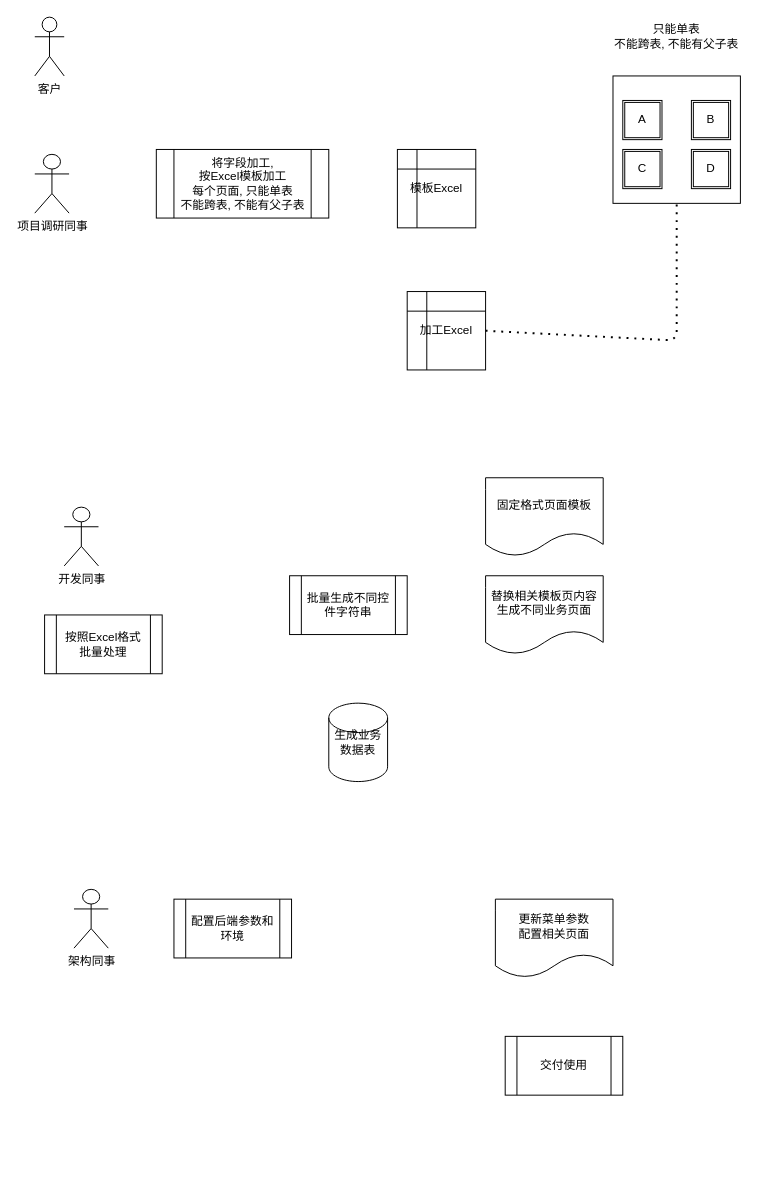
This is respo/未命名绘图.drawio from caibijia2006/SpringcloudConfig, a draw.io file, before an edit. Source tidied: cells renumbered, new cells numbered last; positions are measured from the earlier drawing's top-left corner, leaving out a move shared by most shapes. Both pictures are drawn from the tidied source at 98%, with x=0, y=0 at pixel (34, 17).
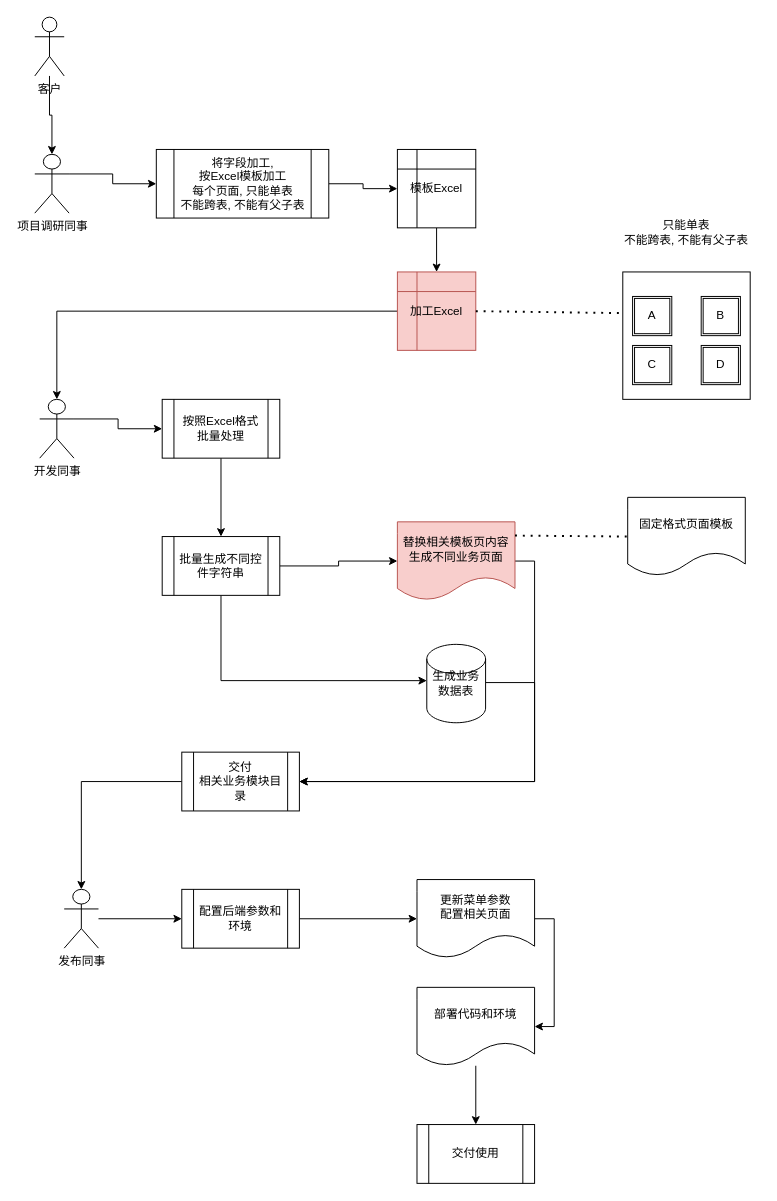
The same page after the edit.

Commit message (it also covers changes not shown here):
更新未命名绘图.drawio

The change refers to these unchanged cells:
```xml
<mxCell id="2" value="客户" style="shape=umlActor;verticalLabelPosition=bottom;verticalAlign=top;html=1;outlineConnect=0;" parent="1" vertex="1">
  <mxGeometry width="30" height="60" as="geometry" />
</mxCell>
<mxCell id="3" value="项目调研同事" style="shape=umlActor;verticalLabelPosition=bottom;verticalAlign=top;html=1;outlineConnect=0;" parent="1" vertex="1">
  <mxGeometry y="140" width="35" height="60" as="geometry" />
</mxCell>
<mxCell id="4" value="模板Excel" style="shape=internalStorage;whiteSpace=wrap;html=1;backgroundOutline=1;" parent="1" vertex="1">
  <mxGeometry x="370" y="135" width="80" height="80" as="geometry" />
</mxCell>
<mxCell id="8" value="&lt;span&gt;将字段加工,&lt;/span&gt;&lt;br&gt;&lt;span&gt;按Excel模板加工&lt;/span&gt;&lt;br&gt;&lt;span&gt;每个页面, 只能单表&lt;/span&gt;&lt;br&gt;&lt;span&gt;不能跨表, 不能有父子表&lt;/span&gt;" style="shape=process;whiteSpace=wrap;html=1;backgroundOutline=1;" parent="1" vertex="1">
  <mxGeometry x="124" y="135" width="176" height="70" as="geometry" />
</mxCell>
<mxCell id="12" style="whiteSpace=wrap;html=1;" parent="11" vertex="1">
  <mxGeometry width="130" height="130" as="geometry" />
</mxCell>
```

What changed in the source:
```diff
@@
+    <mxCell id="26" style="edgeStyle=orthogonalEdgeStyle;rounded=0;jettySize=auto;html=1;entryX=0.5;entryY=0;entryDx=0;entryDy=0;entryPerimeter=0;fontColor=#F19C99;" parent="1" edge="1" source="2" target="3">
+      <mxGeometry relative="1" as="geometry" />
+    </mxCell>
@@
+    <mxCell id="27" style="edgeStyle=orthogonalEdgeStyle;rounded=0;jettySize=auto;html=1;exitX=1;exitY=0.3333333333333333;exitDx=0;exitDy=0;exitPerimeter=0;entryX=0;entryY=0.5;entryDx=0;entryDy=0;" parent="1" edge="1" source="3" target="8">
+      <mxGeometry relative="1" as="geometry" />
+    </mxCell>
@@
+    <mxCell id="28" style="edgeStyle=orthogonalEdgeStyle;rounded=0;jettySize=auto;html=1;exitX=0.5;exitY=1;exitDx=0;exitDy=0;entryX=0.5;entryY=0;entryDx=0;entryDy=0;" parent="1" edge="1" source="4" target="5">
+      <mxGeometry relative="1" as="geometry" />
+    </mxCell>
@@
+    <mxCell id="29" style="edgeStyle=orthogonalEdgeStyle;rounded=0;jettySize=auto;html=1;exitX=0;exitY=0.5;exitDx=0;exitDy=0;entryX=0.5;entryY=0;entryDx=0;entryDy=0;entryPerimeter=0;" parent="1" edge="1" source="5" target="6">
+      <mxGeometry relative="1" as="geometry" />
+    </mxCell>
-    <mxCell id="5" value="加工Excel" style="shape=internalStorage;whiteSpace=wrap;html=1;backgroundOutline=1;" parent="1" vertex="1">
-      <mxGeometry x="380" y="280" width="80" height="80" as="geometry" />
+    <mxCell id="5" value="加工Excel" style="shape=internalStorage;whiteSpace=wrap;html=1;backgroundOutline=1;fillColor=#f8cecc;strokeColor=#b85450;" parent="1" vertex="1">
+      <mxGeometry x="370" y="260" width="80" height="80" as="geometry" />
     </mxCell>
+    <mxCell id="30" style="edgeStyle=orthogonalEdgeStyle;rounded=0;jettySize=auto;html=1;exitX=1;exitY=0.3333333333333333;exitDx=0;exitDy=0;exitPerimeter=0;entryX=0;entryY=0.5;entryDx=0;entryDy=0;" parent="1" edge="1" source="6" target="7">
+      <mxGeometry relative="1" as="geometry" />
+    </mxCell>
     <mxCell id="6" value="开发同事" style="shape=umlActor;verticalLabelPosition=bottom;verticalAlign=top;html=1;outlineConnect=0;" parent="1" vertex="1">
-      <mxGeometry x="30" y="500" width="35" height="60" as="geometry" />
+      <mxGeometry x="5" y="390" width="35" height="60" as="geometry" />
     </mxCell>
+    <mxCell id="31" style="edgeStyle=orthogonalEdgeStyle;rounded=0;jettySize=auto;html=1;exitX=0.5;exitY=1;exitDx=0;exitDy=0;entryX=0.5;entryY=0;entryDx=0;entryDy=0;" parent="1" edge="1" source="7" target="19">
+      <mxGeometry relative="1" as="geometry" />
+    </mxCell>
     <mxCell id="7" value="按照Excel格式&lt;br&gt;批量处理" style="shape=process;whiteSpace=wrap;html=1;backgroundOutline=1;" parent="1" vertex="1">
-      <mxGeometry x="10" y="610" width="120" height="60" as="geometry" />
+      <mxGeometry x="130" y="390" width="120" height="60" as="geometry" />
     </mxCell>
+    <mxCell id="32" style="edgeStyle=orthogonalEdgeStyle;rounded=0;jettySize=auto;html=1;exitX=1;exitY=0.5;exitDx=0;exitDy=0;entryX=0;entryY=0.5;entryDx=0;entryDy=0;" parent="1" edge="1" source="8" target="4">
+      <mxGeometry relative="1" as="geometry" />
+    </mxCell>
@@
+    <mxCell id="33" style="edgeStyle=orthogonalEdgeStyle;rounded=0;jettySize=auto;html=1;entryX=1;entryY=0.5;entryDx=0;entryDy=0;" parent="1" edge="1" source="9" target="43">
+      <mxGeometry relative="1" as="geometry">
+        <Array as="points">
+          <mxPoint x="510" y="679" />
+          <mxPoint x="510" y="780" />
+        </Array>
+      </mxGeometry>
+    </mxCell>
     <mxCell id="9" value="生成业务数据表" style="shape=cylinder2;whiteSpace=wrap;html=1;boundedLbl=1;backgroundOutline=1;size=15;" parent="1" vertex="1">
-      <mxGeometry x="300" y="700" width="60" height="80" as="geometry" />
+      <mxGeometry x="400" y="640" width="60" height="80" as="geometry" />
     </mxCell>
     <mxCell id="10" style="group;" parent="1" vertex="1">
-      <mxGeometry x="580" y="10" width="150" height="180" as="geometry" />
+      <mxGeometry x="590" y="210" width="150" height="180" as="geometry" />
     </mxCell>
@@
-    <mxCell id="18" style="endArrow=none;dashed=1;html=1;dashPattern=1 3;strokeWidth=2;entryX=0.5;entryY=1;entryDx=0;entryDy=0;exitX=1;exitY=0.5;exitDx=0;exitDy=0;" parent="1" edge="1" source="5" target="12">
-      <mxGeometry relative="1" as="geometry">
-        <Array as="points">
-          <mxPoint x="655" y="330" />
-        </Array>
-      </mxGeometry>
-    </mxCell>
+    <mxCell id="34" style="edgeStyle=orthogonalEdgeStyle;rounded=0;jettySize=auto;html=1;exitX=1;exitY=0.5;exitDx=0;exitDy=0;entryX=0;entryY=0.5;entryDx=0;entryDy=0;" parent="1" edge="1" source="19" target="21">
+      <mxGeometry relative="1" as="geometry" />
+    </mxCell>
+    <mxCell id="35" style="edgeStyle=orthogonalEdgeStyle;rounded=0;jettySize=auto;html=1;exitX=0.5;exitY=1;exitDx=0;exitDy=0;entryX=0;entryY=0.463;entryDx=0;entryDy=0;entryPerimeter=0;" parent="1" edge="1" source="19" target="9">
+      <mxGeometry relative="1" as="geometry" />
+    </mxCell>
     <mxCell id="19" value="批量生成不同控件字符串" style="shape=process;whiteSpace=wrap;html=1;backgroundOutline=1;" parent="1" vertex="1">
-      <mxGeometry x="260" y="570" width="120" height="60" as="geometry" />
+      <mxGeometry x="130" y="530" width="120" height="60" as="geometry" />
     </mxCell>
     <mxCell id="20" value="固定格式页面模板" style="shape=document;whiteSpace=wrap;html=1;boundedLbl=1;" parent="1" vertex="1">
-      <mxGeometry x="460" y="470" width="120" height="80" as="geometry" />
+      <mxGeometry x="605" y="490" width="120" height="80" as="geometry" />
     </mxCell>
+    <mxCell id="36" style="edgeStyle=orthogonalEdgeStyle;rounded=0;jettySize=auto;html=1;exitX=1;exitY=0.5;exitDx=0;exitDy=0;entryX=1;entryY=0.5;entryDx=0;entryDy=0;" parent="1" edge="1" source="21" target="43">
+      <mxGeometry relative="1" as="geometry" />
+    </mxCell>
-    <mxCell id="21" value="替换相关模板页内容&lt;br&gt;生成不同业务页面" style="shape=document;whiteSpace=wrap;html=1;boundedLbl=1;" parent="1" vertex="1">
-      <mxGeometry x="460" y="570" width="120" height="80" as="geometry" />
+    <mxCell id="21" value="替换相关模板页内容&lt;br&gt;生成不同业务页面" style="shape=document;whiteSpace=wrap;html=1;boundedLbl=1;fillColor=#f8cecc;strokeColor=#b85450;" parent="1" vertex="1">
+      <mxGeometry x="370" y="515" width="120" height="80" as="geometry" />
     </mxCell>
+    <mxCell id="37" style="edgeStyle=orthogonalEdgeStyle;rounded=0;jettySize=auto;html=1;exitX=1;exitY=0.5;exitDx=0;exitDy=0;entryX=1;entryY=0.5;entryDx=0;entryDy=0;" parent="1" edge="1" source="22" target="41">
+      <mxGeometry relative="1" as="geometry" />
+    </mxCell>
     <mxCell id="22" value="更新菜单参数&lt;br&gt;配置相关页面" style="shape=document;whiteSpace=wrap;html=1;boundedLbl=1;" parent="1" vertex="1">
-      <mxGeometry x="470" y="900" width="120" height="80" as="geometry" />
+      <mxGeometry x="390" y="880" width="120" height="80" as="geometry" />
     </mxCell>
+    <mxCell id="38" style="edgeStyle=orthogonalEdgeStyle;rounded=0;jettySize=auto;html=1;" parent="1" edge="1" source="23" target="24">
+      <mxGeometry relative="1" as="geometry" />
+    </mxCell>
-    <mxCell id="23" value="架构同事" style="shape=umlActor;verticalLabelPosition=bottom;verticalAlign=top;html=1;outlineConnect=0;" parent="1" vertex="1">
-      <mxGeometry x="40" y="890" width="35" height="60" as="geometry" />
+    <mxCell id="23" value="发布同事" style="shape=umlActor;verticalLabelPosition=bottom;verticalAlign=top;html=1;outlineConnect=0;" parent="1" vertex="1">
+      <mxGeometry x="30" y="890" width="35" height="60" as="geometry" />
     </mxCell>
+    <mxCell id="39" style="edgeStyle=orthogonalEdgeStyle;rounded=0;jettySize=auto;html=1;entryX=0;entryY=0.5;entryDx=0;entryDy=0;" parent="1" edge="1" source="24" target="22">
+      <mxGeometry relative="1" as="geometry" />
+    </mxCell>
     <mxCell id="24" value="配置后端参数和环境" style="shape=process;whiteSpace=wrap;html=1;backgroundOutline=1;" parent="1" vertex="1">
-      <mxGeometry x="142" y="900" width="120" height="60" as="geometry" />
+      <mxGeometry x="150" y="890" width="120" height="60" as="geometry" />
     </mxCell>
     <mxCell id="25" value="交付使用" style="shape=process;whiteSpace=wrap;html=1;backgroundOutline=1;" parent="1" vertex="1">
-      <mxGeometry x="480" y="1040" width="120" height="60" as="geometry" />
+      <mxGeometry x="390" y="1130" width="120" height="60" as="geometry" />
     </mxCell>
+    <mxCell id="18" style="endArrow=none;dashed=1;html=1;dashPattern=1 3;strokeWidth=2;exitX=1;exitY=0.5;exitDx=0;exitDy=0;entryX=-0.015;entryY=0.323;entryDx=0;entryDy=0;entryPerimeter=0;" parent="1" edge="1" source="5" target="12">
+      <mxGeometry relative="1" as="geometry" />
+    </mxCell>
+    <mxCell id="40" style="edgeStyle=orthogonalEdgeStyle;rounded=0;jettySize=auto;html=1;" parent="1" edge="1" source="41" target="25">
+      <mxGeometry relative="1" as="geometry" />
+    </mxCell>
+    <mxCell id="41" value="部署代码和环境" style="shape=document;whiteSpace=wrap;html=1;boundedLbl=1;" parent="1" vertex="1">
+      <mxGeometry x="390" y="990" width="120" height="80" as="geometry" />
+    </mxCell>
+    <mxCell id="42" style="edgeStyle=orthogonalEdgeStyle;rounded=0;jettySize=auto;html=1;entryX=0.5;entryY=0;entryDx=0;entryDy=0;entryPerimeter=0;" parent="1" edge="1" source="43" target="23">
+      <mxGeometry relative="1" as="geometry" />
+    </mxCell>
+    <mxCell id="43" value="交付&lt;br&gt;相关业务模块目录" style="shape=process;whiteSpace=wrap;html=1;backgroundOutline=1;" parent="1" vertex="1">
+      <mxGeometry x="150" y="750" width="120" height="60" as="geometry" />
+    </mxCell>
+    <mxCell id="44" style="endArrow=none;dashed=1;html=1;dashPattern=1 3;strokeWidth=2;fontColor=#F19C99;entryX=0;entryY=0.5;entryDx=0;entryDy=0;exitX=1;exitY=0.175;exitDx=0;exitDy=0;exitPerimeter=0;" parent="1" edge="1" source="21" target="20">
+      <mxGeometry relative="1" as="geometry" />
+    </mxCell>
```
